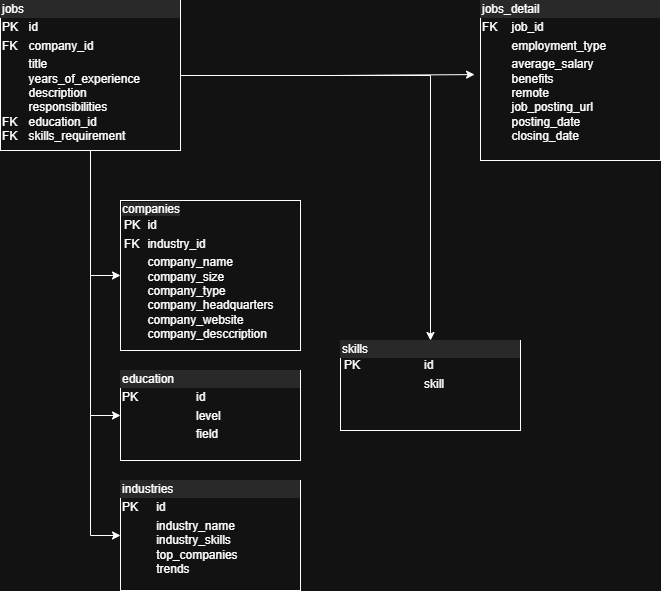
Earlier version of the draw.io export schema_design.png (BeemaRajan/mini_job_portal). Source tidied: cells renumbered, new cells last; positions are measured from the earlier drawing's top-left corner, leaving out a move shared by most shapes.
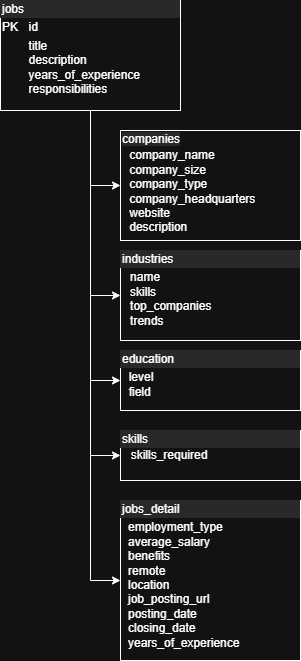
After the change.

Commit message:
Updated schema design diagrams

Change to the diagram source:
```diff
@@ -11,29 +11,29 @@
     <mxCell id="4" style="edgeStyle=orthogonalEdgeStyle;rounded=0;jettySize=auto;html=1;entryX=0;entryY=0.5;entryDx=0;entryDy=0;" parent="1" edge="1" source="6" target="10">
       <mxGeometry relative="1" as="geometry" />
     </mxCell>
-    <mxCell id="5" style="edgeStyle=orthogonalEdgeStyle;rounded=0;jettySize=auto;html=1;entryX=0.5;entryY=0;entryDx=0;entryDy=0;" parent="1" edge="1" source="6" target="11">
+    <mxCell id="5" style="edgeStyle=orthogonalEdgeStyle;rounded=0;jettySize=auto;html=1;entryX=0;entryY=0.5;entryDx=0;entryDy=0;" parent="1" edge="1" source="6" target="11">
       <mxGeometry relative="1" as="geometry" />
     </mxCell>
+    <mxCell id="12" style="edgeStyle=orthogonalEdgeStyle;rounded=0;jettySize=auto;html=1;entryX=0;entryY=0.5;entryDx=0;entryDy=0;" parent="1" edge="1" source="6" target="8">
+      <mxGeometry relative="1" as="geometry" />
+    </mxCell>
-    <mxCell id="6" value="&lt;div style=&quot;box-sizing: border-box; width: 100%; background: rgb(228, 228, 228); padding: 2px;&quot;&gt;jobs&lt;/div&gt;&lt;table style=&quot;width:100%;font-size:1em;&quot; cellpadding=&quot;2&quot; cellspacing=&quot;0&quot;&gt;&lt;tbody&gt;&lt;tr&gt;&lt;td&gt;PK&lt;/td&gt;&lt;td&gt;id&lt;/td&gt;&lt;/tr&gt;&lt;tr&gt;&lt;td&gt;FK&lt;/td&gt;&lt;td&gt;company_id&lt;/td&gt;&lt;/tr&gt;&lt;tr&gt;&lt;td&gt;&lt;br&gt;&lt;br&gt;&lt;br&gt;&lt;br&gt;FK&lt;br&gt;FK&lt;/td&gt;&lt;td&gt;title&lt;br&gt;years_of_experience&lt;br&gt;description&lt;br&gt;responsibilities&lt;br&gt;education_id&lt;br&gt;skills_requirement&lt;br&gt;&lt;/td&gt;&lt;/tr&gt;&lt;/tbody&gt;&lt;/table&gt;" style="verticalAlign=top;align=left;overflow=fill;html=1;whiteSpace=wrap;" parent="1" vertex="1">
-      <mxGeometry width="180" height="150" as="geometry" />
+    <mxCell id="6" value="&lt;div style=&quot;box-sizing: border-box; width: 100%; background: rgb(228, 228, 228); padding: 2px;&quot;&gt;jobs&lt;/div&gt;&lt;table style=&quot;width:100%;font-size:1em;&quot; cellpadding=&quot;2&quot; cellspacing=&quot;0&quot;&gt;&lt;tbody&gt;&lt;tr&gt;&lt;td&gt;PK&lt;/td&gt;&lt;td&gt;id&lt;/td&gt;&lt;/tr&gt;&lt;tr&gt;&lt;td&gt;&lt;br&gt;&lt;/td&gt;&lt;td&gt;title&lt;br&gt;description&lt;br&gt;years_of_experience&lt;br&gt;responsibilities&lt;/td&gt;&lt;/tr&gt;&lt;tr&gt;&lt;td&gt;&lt;br&gt;&lt;/td&gt;&lt;td&gt;&lt;br&gt;&lt;/td&gt;&lt;/tr&gt;&lt;/tbody&gt;&lt;/table&gt;" style="verticalAlign=top;align=left;overflow=fill;html=1;whiteSpace=wrap;" parent="1" vertex="1">
+      <mxGeometry width="180" height="110" as="geometry" />
     </mxCell>
-    <mxCell id="7" value="&lt;div style=&quot;box-sizing: border-box; width: 100%; background-image: initial; background-position: initial; background-size: initial; background-repeat: initial; background-attachment: initial; background-origin: initial; background-clip: initial; padding: 2px;&quot;&gt;&lt;span style=&quot;background-color: light-dark(rgb(228, 228, 228), rgb(41, 41, 41));&quot;&gt;companies&lt;/span&gt;&lt;table style=&quot;background-color: transparent; color: light-dark(rgb(0, 0, 0), rgb(255, 255, 255)); font-size: 1em; width: 100%;&quot; cellpadding=&quot;2&quot; cellspacing=&quot;0&quot;&gt;&lt;tbody&gt;&lt;tr&gt;&lt;td&gt;&lt;span style=&quot;background-color: light-dark(#ffffff, var(--ge-dark-color, #121212));&quot;&gt;PK&lt;/span&gt;&lt;/td&gt;&lt;td&gt;&lt;span style=&quot;background-color: light-dark(#ffffff, var(--ge-dark-color, #121212));&quot;&gt;id&lt;/span&gt;&lt;/td&gt;&lt;/tr&gt;&lt;tr&gt;&lt;td&gt;&lt;span style=&quot;background-color: light-dark(#ffffff, var(--ge-dark-color, #121212));&quot;&gt;FK&lt;/span&gt;&lt;/td&gt;&lt;td&gt;&lt;span style=&quot;background-color: light-dark(#ffffff, var(--ge-dark-color, #121212));&quot;&gt;industry_id&lt;/span&gt;&lt;/td&gt;&lt;/tr&gt;&lt;tr&gt;&lt;td&gt;&lt;/td&gt;&lt;td&gt;&lt;span style=&quot;background-color: light-dark(#ffffff, var(--ge-dark-color, #121212));&quot;&gt;company_name&lt;br&gt;company_size&lt;br&gt;company_type&lt;br&gt;company_headquarters&lt;br&gt;company_website&lt;br&gt;company_desccription&lt;/span&gt;&lt;/td&gt;&lt;/tr&gt;&lt;/tbody&gt;&lt;/table&gt;&lt;/div&gt;" style="verticalAlign=top;align=left;overflow=fill;html=1;whiteSpace=wrap;" parent="1" vertex="1">
-      <mxGeometry x="120" y="200" width="180" height="150" as="geometry" />
+    <mxCell id="7" value="&lt;div style=&quot;box-sizing: border-box; width: 100%; background-image: initial; background-position: initial; background-size: initial; background-repeat: initial; background-attachment: initial; background-origin: initial; background-clip: initial; padding: 2px;&quot;&gt;&lt;span style=&quot;background-color: rgb(228, 228, 228);&quot;&gt;companies&lt;/span&gt;&lt;table style=&quot;background-color: transparent; color: light-dark(rgb(0, 0, 0), rgb(255, 255, 255)); font-size: 1em; width: 100%;&quot; cellpadding=&quot;2&quot; cellspacing=&quot;0&quot;&gt;&lt;tbody&gt;&lt;tr&gt;&lt;td&gt;&lt;br&gt;&lt;/td&gt;&lt;td&gt;company_name&lt;br&gt;company_size&lt;br&gt;company_type&lt;br&gt;company_headquarters&lt;br&gt;website&lt;br&gt;description&lt;/td&gt;&lt;/tr&gt;&lt;tr&gt;&lt;td&gt;&lt;/td&gt;&lt;td&gt;&lt;br&gt;&lt;/td&gt;&lt;/tr&gt;&lt;/tbody&gt;&lt;/table&gt;&lt;/div&gt;" style="verticalAlign=top;align=left;overflow=fill;html=1;whiteSpace=wrap;" parent="1" vertex="1">
+      <mxGeometry x="120" y="130" width="180" height="110" as="geometry" />
     </mxCell>
-    <mxCell id="8" value="&lt;div style=&quot;box-sizing: border-box; width: 100%; background: rgb(228, 228, 228); padding: 2px;&quot;&gt;jobs_detail&lt;/div&gt;&lt;table style=&quot;width:100%;font-size:1em;&quot; cellpadding=&quot;2&quot; cellspacing=&quot;0&quot;&gt;&lt;tbody&gt;&lt;tr&gt;&lt;td&gt;FK&lt;/td&gt;&lt;td&gt;job_id&lt;/td&gt;&lt;/tr&gt;&lt;tr&gt;&lt;td&gt;&lt;br&gt;&lt;/td&gt;&lt;td&gt;employment_type&lt;/td&gt;&lt;/tr&gt;&lt;tr&gt;&lt;td&gt;&lt;/td&gt;&lt;td&gt;average_salary&lt;br&gt;benefits&lt;br&gt;remote&lt;br&gt;job_posting_url&lt;br&gt;posting_date&lt;br&gt;closing_date&lt;/td&gt;&lt;/tr&gt;&lt;/tbody&gt;&lt;/table&gt;" style="verticalAlign=top;align=left;overflow=fill;html=1;whiteSpace=wrap;" parent="1" vertex="1">
-      <mxGeometry x="480" width="180" height="160" as="geometry" />
+    <mxCell id="8" value="&lt;div style=&quot;box-sizing: border-box; width: 100%; background: rgb(228, 228, 228); padding: 2px;&quot;&gt;jobs_detail&lt;/div&gt;&lt;table style=&quot;width:100%;font-size:1em;&quot; cellpadding=&quot;2&quot; cellspacing=&quot;0&quot;&gt;&lt;tbody&gt;&lt;tr&gt;&lt;td&gt;&lt;br&gt;&lt;/td&gt;&lt;td&gt;employment_type&lt;br&gt;average_salary&lt;br&gt;benefits&lt;br&gt;remote&lt;br&gt;location&lt;br&gt;job_posting_url&lt;br&gt;posting_date&lt;br&gt;closing_date&lt;br&gt;years_of_experience&lt;/td&gt;&lt;/tr&gt;&lt;tr&gt;&lt;td&gt;&lt;/td&gt;&lt;td&gt;&lt;br&gt;&lt;/td&gt;&lt;/tr&gt;&lt;/tbody&gt;&lt;/table&gt;" style="verticalAlign=top;align=left;overflow=fill;html=1;whiteSpace=wrap;" parent="1" vertex="1">
+      <mxGeometry x="120" y="500" width="180" height="160" as="geometry" />
     </mxCell>
-    <mxCell id="9" value="&lt;div style=&quot;box-sizing: border-box; width: 100%; background: rgb(228, 228, 228); padding: 2px;&quot;&gt;industries&lt;/div&gt;&lt;table style=&quot;width:100%;font-size:1em;&quot; cellpadding=&quot;2&quot; cellspacing=&quot;0&quot;&gt;&lt;tbody&gt;&lt;tr&gt;&lt;td&gt;PK&lt;/td&gt;&lt;td&gt;id&lt;br&gt;&lt;/td&gt;&lt;/tr&gt;&lt;tr&gt;&lt;td&gt;&lt;br&gt;&lt;/td&gt;&lt;td&gt;industry_name&lt;br&gt;industry_skills&lt;br&gt;top_companies&lt;br&gt;trends&lt;/td&gt;&lt;/tr&gt;&lt;tr&gt;&lt;td&gt;&lt;br&gt;&lt;br&gt;&lt;/td&gt;&lt;td&gt;&lt;br&gt;&lt;/td&gt;&lt;/tr&gt;&lt;/tbody&gt;&lt;/table&gt;" style="verticalAlign=top;align=left;overflow=fill;html=1;whiteSpace=wrap;" parent="1" vertex="1">
-      <mxGeometry x="120" y="480" width="180" height="110" as="geometry" />
+    <mxCell id="9" value="&lt;div style=&quot;box-sizing: border-box; width: 100%; background: rgb(228, 228, 228); padding: 2px;&quot;&gt;industries&lt;/div&gt;&lt;table style=&quot;width:100%;font-size:1em;&quot; cellpadding=&quot;2&quot; cellspacing=&quot;0&quot;&gt;&lt;tbody&gt;&lt;tr&gt;&lt;td&gt;&lt;br&gt;&lt;/td&gt;&lt;td&gt;name&lt;br&gt;skills&lt;br&gt;top_companies&lt;br&gt;trends&lt;/td&gt;&lt;/tr&gt;&lt;tr&gt;&lt;td&gt;&lt;br&gt;&lt;br&gt;&lt;/td&gt;&lt;td&gt;&lt;br&gt;&lt;/td&gt;&lt;/tr&gt;&lt;/tbody&gt;&lt;/table&gt;" style="verticalAlign=top;align=left;overflow=fill;html=1;whiteSpace=wrap;" parent="1" vertex="1">
+      <mxGeometry x="120" y="250" width="180" height="90" as="geometry" />
     </mxCell>
-    <mxCell id="10" value="&lt;div style=&quot;box-sizing: border-box; width: 100%; background: rgb(228, 228, 228); padding: 2px;&quot;&gt;education&lt;/div&gt;&lt;table style=&quot;width:100%;font-size:1em;&quot; cellpadding=&quot;2&quot; cellspacing=&quot;0&quot;&gt;&lt;tbody&gt;&lt;tr&gt;&lt;td&gt;PK&lt;/td&gt;&lt;td&gt;id&lt;/td&gt;&lt;/tr&gt;&lt;tr&gt;&lt;td&gt;&lt;br&gt;&lt;/td&gt;&lt;td&gt;level&lt;/td&gt;&lt;/tr&gt;&lt;tr&gt;&lt;td&gt;&lt;/td&gt;&lt;td&gt;field&lt;/td&gt;&lt;/tr&gt;&lt;/tbody&gt;&lt;/table&gt;" style="verticalAlign=top;align=left;overflow=fill;html=1;whiteSpace=wrap;" parent="1" vertex="1">
-      <mxGeometry x="120" y="370" width="180" height="90" as="geometry" />
+    <mxCell id="10" value="&lt;div style=&quot;box-sizing: border-box; width: 100%; background: rgb(228, 228, 228); padding: 2px;&quot;&gt;education&lt;/div&gt;&lt;table style=&quot;width:100%;font-size:1em;&quot; cellpadding=&quot;2&quot; cellspacing=&quot;0&quot;&gt;&lt;tbody&gt;&lt;tr&gt;&lt;td&gt;&amp;nbsp; level&lt;br&gt;&amp;nbsp; field&lt;/td&gt;&lt;td&gt;&lt;br&gt;&lt;/td&gt;&lt;/tr&gt;&lt;tr&gt;&lt;td&gt;&lt;br&gt;&lt;/td&gt;&lt;td&gt;&lt;br&gt;&lt;/td&gt;&lt;/tr&gt;&lt;tr&gt;&lt;td&gt;&lt;/td&gt;&lt;td&gt;&lt;br&gt;&lt;/td&gt;&lt;/tr&gt;&lt;/tbody&gt;&lt;/table&gt;" style="verticalAlign=top;align=left;overflow=fill;html=1;whiteSpace=wrap;" parent="1" vertex="1">
+      <mxGeometry x="120" y="350" width="180" height="60" as="geometry" />
     </mxCell>
-    <mxCell id="11" value="&lt;div style=&quot;box-sizing: border-box; width: 100%; background: rgb(228, 228, 228); padding: 2px;&quot;&gt;skills&lt;table align=&quot;left&quot; style=&quot;background-color: transparent; color: light-dark(rgb(0, 0, 0), rgb(255, 255, 255)); font-size: 1em; width: 100%;&quot; cellpadding=&quot;2&quot; cellspacing=&quot;0&quot;&gt;&lt;tbody&gt;&lt;tr&gt;&lt;td&gt;PK&lt;/td&gt;&lt;td&gt;id&lt;/td&gt;&lt;/tr&gt;&lt;tr&gt;&lt;td&gt;&lt;br&gt;&lt;/td&gt;&lt;td&gt;skill&lt;/td&gt;&lt;/tr&gt;&lt;tr&gt;&lt;td&gt;&lt;/td&gt;&lt;td&gt;&lt;br&gt;&lt;/td&gt;&lt;/tr&gt;&lt;/tbody&gt;&lt;/table&gt;&lt;/div&gt;" style="verticalAlign=top;align=left;overflow=fill;html=1;whiteSpace=wrap;" parent="1" vertex="1">
-      <mxGeometry x="340" y="340" width="180" height="90" as="geometry" />
+    <mxCell id="11" value="&lt;div style=&quot;box-sizing: border-box; width: 100%; background: rgb(228, 228, 228); padding: 2px;&quot;&gt;skills&lt;table align=&quot;left&quot; style=&quot;background-color: transparent; color: light-dark(rgb(0, 0, 0), rgb(255, 255, 255)); font-size: 1em; width: 100%;&quot; cellpadding=&quot;2&quot; cellspacing=&quot;0&quot;&gt;&lt;tbody&gt;&lt;tr&gt;&lt;td&gt;&amp;nbsp; skills_required&lt;/td&gt;&lt;td&gt;&lt;br&gt;&lt;/td&gt;&lt;/tr&gt;&lt;tr&gt;&lt;td&gt;&lt;/td&gt;&lt;td&gt;&lt;br&gt;&lt;/td&gt;&lt;/tr&gt;&lt;/tbody&gt;&lt;/table&gt;&lt;/div&gt;" style="verticalAlign=top;align=left;overflow=fill;html=1;whiteSpace=wrap;" parent="1" vertex="1">
+      <mxGeometry x="120" y="430" width="180" height="50" as="geometry" />
     </mxCell>
-    <mxCell id="12" style="edgeStyle=orthogonalEdgeStyle;rounded=0;jettySize=auto;html=1;entryX=-0.033;entryY=0.463;entryDx=0;entryDy=0;entryPerimeter=0;strokeColor=default;curved=0;" parent="1" edge="1" source="6" target="8">
-      <mxGeometry relative="1" as="geometry" />
-    </mxCell>
   </root>
 </mxGraphModel>
```
